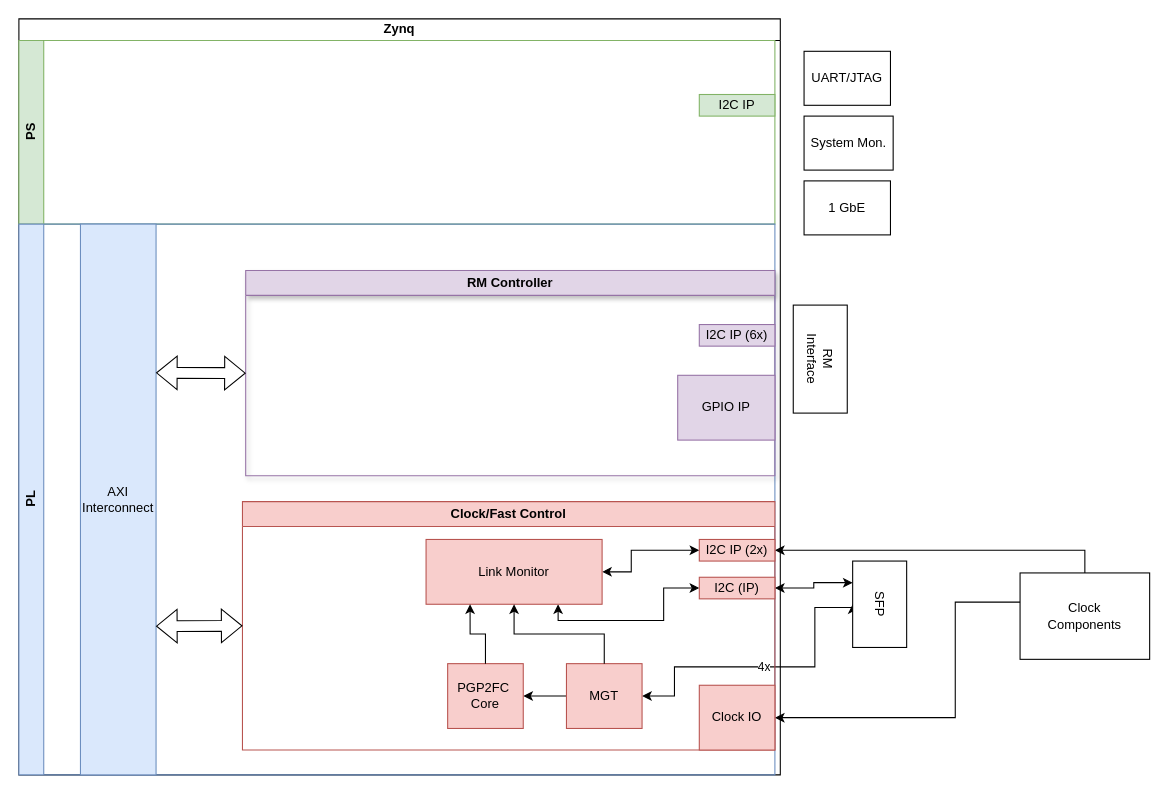
Before: zCCM_firmware.drawio in awhitbeck/drawio, a draw.io diagram. Source tidied: cells renumbered, new cells numbered last; positions are measured from the earlier drawing's top-left corner, leaving out a move shared by most shapes. Both pictures are drawn from the tidied source at 108%, with x=0, y=0 at pixel (18, 18).
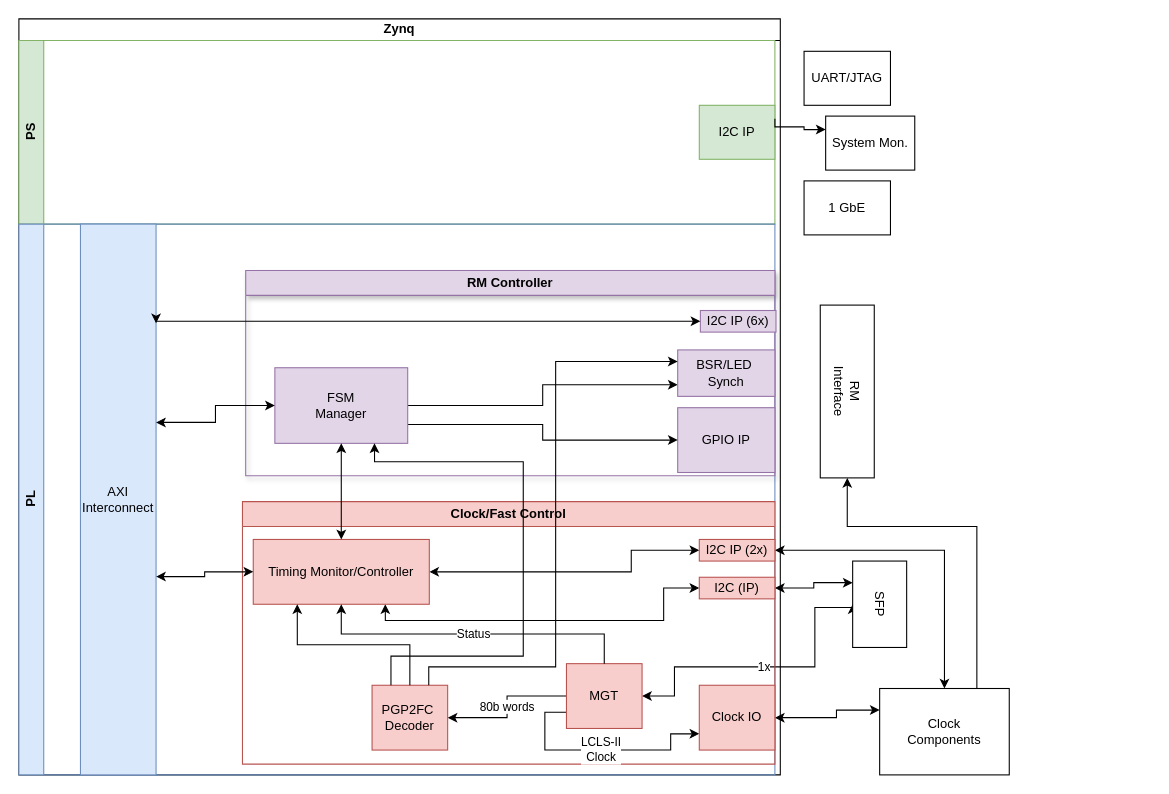
The same diagram, later.

The change refers to these unchanged cells:
```xml
<mxCell id="3" value="PS" style="swimlane;horizontal=0;whiteSpace=wrap;html=1;startSize=23;fillColor=#d5e8d4;strokeColor=#82b366;" parent="2" vertex="1">
  <mxGeometry y="20" width="700" height="170" as="geometry" />
</mxCell>
<mxCell id="5" value="PL" style="swimlane;horizontal=0;whiteSpace=wrap;html=1;startSize=23;fillColor=#dae8fc;strokeColor=#6c8ebf;" parent="2" vertex="1">
  <mxGeometry y="190" width="700" height="510" as="geometry" />
</mxCell>
<mxCell id="6" value="AXI&lt;br&gt;Interconnect" style="rounded=0;whiteSpace=wrap;html=1;points=[[0,0,0,0,0],[0,0.25,0,0,0],[0,0.5,0,0,0],[0,0.75,0,0,0],[0,1,0,0,0],[0.25,0,0,0,0],[0.25,1,0,0,0],[0.5,0,0,0,0],[0.5,1,0,0,0],[0.75,0,0,0,0],[0.75,1,0,0,0],[1,0,0,0,0],[1,0.09,0,0,0],[1,0.18,0,0,0],[1,0.27,0,0,0],[1,0.36,0,0,0],[1,0.45,0,0,0],[1,0.55,0,0,0],[1,0.64,0,0,0],[1,0.73,0,0,0],[1,0.82,0,0,0],[1,0.91,0,0,0],[1,1,0,0,0]];fillColor=#dae8fc;strokeColor=#6c8ebf;" parent="5" vertex="1">
  <mxGeometry x="57" width="70" height="510" as="geometry" />
</mxCell>
<mxCell id="7" value="RM Controller" style="swimlane;whiteSpace=wrap;html=1;shadow=1;fillColor=#e1d5e7;strokeColor=#9673a6;" parent="5" vertex="1">
  <mxGeometry x="210" y="43" width="490" height="190" as="geometry" />
</mxCell>
<mxCell id="14" value="SFP" style="rounded=0;whiteSpace=wrap;html=1;rotation=90;" parent="1" vertex="1">
  <mxGeometry x="757" y="517" width="80" height="50" as="geometry" />
</mxCell>
<mxCell id="26" value="MGT" style="rounded=0;whiteSpace=wrap;html=1;fillColor=#f8cecc;strokeColor=#b85450;" parent="21" vertex="1">
  <mxGeometry x="300" y="150" width="70" height="60" as="geometry" />
</mxCell>
<mxCell id="27" value="I2C (IP)" style="rounded=0;whiteSpace=wrap;html=1;fillColor=#f8cecc;strokeColor=#b85450;" parent="21" vertex="1">
  <mxGeometry x="423" y="70" width="70" height="20" as="geometry" />
</mxCell>
<mxCell id="29" value="Clock IO" style="rounded=0;whiteSpace=wrap;html=1;fillColor=#f8cecc;strokeColor=#b85450;" parent="21" vertex="1">
  <mxGeometry x="423" y="170" width="70" height="60" as="geometry" />
</mxCell>
<mxCell id="30" value="I2C IP (2x)" style="rounded=0;whiteSpace=wrap;html=1;fillColor=#f8cecc;strokeColor=#b85450;" parent="21" vertex="1">
  <mxGeometry x="423" y="35" width="70" height="20" as="geometry" />
</mxCell>
```

The edit, as a diff of the source:
```diff
@@
     <mxCell id="4" value="I2C IP" style="rounded=0;whiteSpace=wrap;html=1;fillColor=#d5e8d4;strokeColor=#82b366;" parent="3" vertex="1">
-      <mxGeometry x="630" y="50" width="70" height="20" as="geometry" />
+      <mxGeometry x="630" y="60" width="70" height="50" as="geometry" />
     </mxCell>
@@
     <mxCell id="8" value="I2C IP (6x)" style="rounded=0;whiteSpace=wrap;html=1;fillColor=#e1d5e7;strokeColor=#9673a6;" parent="7" vertex="1">
-      <mxGeometry x="420" y="50" width="70" height="20" as="geometry" />
+      <mxGeometry x="421" y="37" width="70" height="20" as="geometry" />
     </mxCell>
     <mxCell id="9" value="GPIO IP" style="rounded=0;whiteSpace=wrap;html=1;fillColor=#e1d5e7;strokeColor=#9673a6;" parent="7" vertex="1">
-      <mxGeometry x="400" y="97" width="90" height="60" as="geometry" />
+      <mxGeometry x="400" y="127" width="90" height="60" as="geometry" />
     </mxCell>
-    <mxCell id="10" style="shape=flexArrow;endArrow=classic;startArrow=classic;html=1;rounded=0;entryX=0;entryY=0.5;entryDx=0;entryDy=0;exitX=1;exitY=0.27;exitDx=0;exitDy=0;exitPerimeter=0;" parent="5" edge="1" source="6" target="7">
-      <mxGeometry relative="1" as="geometry" />
-    </mxCell>
+    <mxCell id="34" style="edgeStyle=orthogonalEdgeStyle;rounded=0;jettySize=auto;html=1;exitX=1;exitY=0.75;exitDx=0;exitDy=0;entryX=0;entryY=0.5;entryDx=0;entryDy=0;" parent="7" edge="1" source="36" target="9">
+      <mxGeometry relative="1" as="geometry" />
+    </mxCell>
+    <mxCell id="35" style="edgeStyle=orthogonalEdgeStyle;rounded=0;jettySize=auto;html=1;exitX=1;exitY=0.5;exitDx=0;exitDy=0;entryX=0;entryY=0.75;entryDx=0;entryDy=0;" parent="7" edge="1" source="36" target="37">
+      <mxGeometry relative="1" as="geometry" />
+    </mxCell>
+    <mxCell id="36" value="FSM&lt;br&gt;Manager" style="rounded=0;whiteSpace=wrap;html=1;fillColor=#e1d5e7;strokeColor=#9673a6;" parent="7" vertex="1">
+      <mxGeometry x="27" y="90" width="123" height="70" as="geometry" />
+    </mxCell>
+    <mxCell id="37" value="BSR/LED&amp;nbsp;&lt;br&gt;Synch" style="rounded=0;whiteSpace=wrap;html=1;fillColor=#e1d5e7;strokeColor=#9673a6;" parent="7" vertex="1">
+      <mxGeometry x="400" y="73.5" width="90" height="43" as="geometry" />
+    </mxCell>
+    <mxCell id="38" style="edgeStyle=orthogonalEdgeStyle;rounded=0;jettySize=auto;html=1;exitX=0;exitY=0.5;exitDx=0;exitDy=0;entryX=1;entryY=0.18;entryDx=0;entryDy=0;entryPerimeter=0;startArrow=classic;startFill=1;" parent="5" edge="1" source="8" target="6">
+      <mxGeometry relative="1" as="geometry">
+        <Array as="points">
+          <mxPoint x="631" y="90" />
+          <mxPoint x="127" y="90" />
+        </Array>
+      </mxGeometry>
+    </mxCell>
+    <mxCell id="39" style="edgeStyle=orthogonalEdgeStyle;rounded=0;jettySize=auto;html=1;exitX=0;exitY=0.5;exitDx=0;exitDy=0;entryX=1;entryY=0.36;entryDx=0;entryDy=0;entryPerimeter=0;startArrow=classic;startFill=1;" parent="5" edge="1" source="36" target="6">
+      <mxGeometry relative="1" as="geometry" />
+    </mxCell>
     <mxCell id="11" value="RM&lt;br&gt;Interface" style="rounded=0;whiteSpace=wrap;html=1;rotation=90;" parent="1" vertex="1">
-      <mxGeometry x="692" y="290" width="100" height="50" as="geometry" />
+      <mxGeometry x="687" y="320" width="160" height="50" as="geometry" />
     </mxCell>
-    <mxCell id="12" value="4x" style="edgeStyle=orthogonalEdgeStyle;rounded=0;jettySize=auto;html=1;exitX=0.5;exitY=1;exitDx=0;exitDy=0;entryX=1;entryY=0.5;entryDx=0;entryDy=0;startArrow=classic;startFill=1;" parent="1" edge="1" source="14" target="26">
+    <mxCell id="12" value="1x" style="edgeStyle=orthogonalEdgeStyle;rounded=0;jettySize=auto;html=1;exitX=0.5;exitY=1;exitDx=0;exitDy=0;entryX=1;entryY=0.5;entryDx=0;entryDy=0;startArrow=classic;startFill=1;" parent="1" edge="1" source="14" target="26">
       <mxGeometry relative="1" as="geometry">
         <Array as="points">
           <mxPoint x="772" y="545" />
           <mxPoint x="737" y="545" />
           <mxPoint x="737" y="600" />
           <mxPoint x="607" y="600" />
           <mxPoint x="607" y="627" />
         </Array>
       </mxGeometry>
     </mxCell>
@@
     <mxCell id="15" value="System Mon." style="rounded=0;whiteSpace=wrap;html=1;rotation=0;" parent="1" vertex="1">
-      <mxGeometry x="727" y="90" width="82.5" height="50" as="geometry" />
+      <mxGeometry x="747" y="90" width="82.5" height="50" as="geometry" />
     </mxCell>
-    <mxCell id="16" style="edgeStyle=orthogonalEdgeStyle;rounded=0;jettySize=auto;html=1;exitX=0.5;exitY=0;exitDx=0;exitDy=0;entryX=1;entryY=0.5;entryDx=0;entryDy=0;" parent="1" edge="1" source="18" target="30">
+    <mxCell id="16" style="edgeStyle=orthogonalEdgeStyle;rounded=0;jettySize=auto;html=1;exitX=0.5;exitY=0;exitDx=0;exitDy=0;entryX=1;entryY=0.5;entryDx=0;entryDy=0;startArrow=classic;startFill=1;" parent="1" edge="1" source="18" target="30">
       <mxGeometry relative="1" as="geometry">
         <Array as="points">
-          <mxPoint x="987" y="492" />
+          <mxPoint x="857" y="492" />
         </Array>
       </mxGeometry>
     </mxCell>
-    <mxCell id="17" style="edgeStyle=orthogonalEdgeStyle;rounded=0;jettySize=auto;html=1;exitX=0.25;exitY=0;exitDx=0;exitDy=0;entryX=1;entryY=0.5;entryDx=0;entryDy=0;" parent="1" edge="1" source="18" target="29">
+    <mxCell id="17" style="edgeStyle=orthogonalEdgeStyle;rounded=0;jettySize=auto;html=1;exitX=0;exitY=0.25;exitDx=0;exitDy=0;entryX=1;entryY=0.5;entryDx=0;entryDy=0;startArrow=classic;startFill=1;" parent="1" edge="1" source="18" target="29">
       <mxGeometry relative="1" as="geometry">
         <Array as="points">
-          <mxPoint x="957" y="540" />
-          <mxPoint x="867" y="540" />
-          <mxPoint x="867" y="647" />
+          <mxPoint x="757" y="640" />
+          <mxPoint x="757" y="647" />
         </Array>
       </mxGeometry>
     </mxCell>
+    <mxCell id="40" style="edgeStyle=orthogonalEdgeStyle;rounded=0;jettySize=auto;html=1;exitX=0.75;exitY=0;exitDx=0;exitDy=0;entryX=1;entryY=0.5;entryDx=0;entryDy=0;" parent="1" edge="1" source="18" target="11">
+      <mxGeometry relative="1" as="geometry">
+        <Array as="points">
+          <mxPoint x="887" y="470" />
+          <mxPoint x="767" y="470" />
+        </Array>
+      </mxGeometry>
+    </mxCell>
     <mxCell id="18" value="Clock&lt;br&gt;Components" style="rounded=0;whiteSpace=wrap;html=1;rotation=0;" parent="1" vertex="1">
-      <mxGeometry x="927" y="513" width="120" height="80" as="geometry" />
+      <mxGeometry x="797" y="620" width="120" height="80" as="geometry" />
     </mxCell>
@@
     <mxCell id="21" value="Clock/Fast Control" style="swimlane;whiteSpace=wrap;html=1;fillColor=#f8cecc;strokeColor=#b85450;" parent="1" vertex="1">
-      <mxGeometry x="207" y="447" width="493" height="230" as="geometry" />
+      <mxGeometry x="207" y="447" width="493" height="243" as="geometry" />
     </mxCell>
     <mxCell id="22" style="edgeStyle=orthogonalEdgeStyle;rounded=0;jettySize=auto;html=1;exitX=0.75;exitY=1;exitDx=0;exitDy=0;entryX=0;entryY=0.5;entryDx=0;entryDy=0;startArrow=classic;startFill=1;" parent="21" edge="1" source="24" target="27">
       <mxGeometry relative="1" as="geometry">
         <Array as="points">
-          <mxPoint x="292" y="110" />
+          <mxPoint x="132" y="110" />
           <mxPoint x="390" y="110" />
           <mxPoint x="390" y="80" />
         </Array>
       </mxGeometry>
     </mxCell>
@@
-    <mxCell id="24" value="Link Monitor" style="rounded=0;whiteSpace=wrap;html=1;fillColor=#f8cecc;strokeColor=#b85450;" parent="21" vertex="1">
-      <mxGeometry x="170" y="35" width="163" height="60" as="geometry" />
+    <mxCell id="24" value="Timing Monitor/Controller" style="rounded=0;whiteSpace=wrap;html=1;fillColor=#f8cecc;strokeColor=#b85450;" parent="21" vertex="1">
+      <mxGeometry x="10" y="35" width="163" height="60" as="geometry" />
     </mxCell>
-    <mxCell id="25" style="edgeStyle=orthogonalEdgeStyle;rounded=0;jettySize=auto;html=1;exitX=0;exitY=0.5;exitDx=0;exitDy=0;entryX=1;entryY=0.5;entryDx=0;entryDy=0;" parent="21" edge="1" source="26" target="28">
+    <mxCell id="25" value="80b words" style="edgeStyle=orthogonalEdgeStyle;rounded=0;jettySize=auto;html=1;exitX=0;exitY=0.5;exitDx=0;exitDy=0;entryX=1;entryY=0.5;entryDx=0;entryDy=0;" parent="21" edge="1" source="26" target="28">
       <mxGeometry relative="1" as="geometry" />
     </mxCell>
+    <mxCell id="41" value="LCLS-II&lt;br&gt;Clock" style="edgeStyle=orthogonalEdgeStyle;rounded=0;jettySize=auto;html=1;exitX=0;exitY=0.75;exitDx=0;exitDy=0;entryX=0;entryY=0.75;entryDx=0;entryDy=0;" parent="21" edge="1" source="26" target="29">
+      <mxGeometry relative="1" as="geometry" />
+    </mxCell>
@@
-    <mxCell id="28" value="PGP2FC&amp;nbsp;&lt;br&gt;Core" style="rounded=0;whiteSpace=wrap;html=1;fillColor=#f8cecc;strokeColor=#b85450;" parent="21" vertex="1">
-      <mxGeometry x="190" y="150" width="70" height="60" as="geometry" />
+    <mxCell id="28" value="PGP2FC&amp;nbsp;&lt;br&gt;Decoder" style="rounded=0;whiteSpace=wrap;html=1;fillColor=#f8cecc;strokeColor=#b85450;" parent="21" vertex="1">
+      <mxGeometry x="120" y="170" width="70" height="60" as="geometry" />
     </mxCell>
@@
-    <mxCell id="31" style="edgeStyle=orthogonalEdgeStyle;rounded=0;jettySize=auto;html=1;exitX=0.5;exitY=0;exitDx=0;exitDy=0;entryX=0.5;entryY=1;entryDx=0;entryDy=0;" parent="21" edge="1" source="26" target="24">
+    <mxCell id="31" value="Status" style="edgeStyle=orthogonalEdgeStyle;rounded=0;jettySize=auto;html=1;exitX=0.5;exitY=0;exitDx=0;exitDy=0;entryX=0.5;entryY=1;entryDx=0;entryDy=0;" parent="21" edge="1" source="26" target="24">
       <mxGeometry relative="1" as="geometry" />
     </mxCell>
@@
-    <mxCell id="33" style="shape=flexArrow;endArrow=classic;startArrow=classic;html=1;rounded=0;entryX=0;entryY=0.5;entryDx=0;entryDy=0;exitX=1;exitY=0.73;exitDx=0;exitDy=0;exitPerimeter=0;" parent="1" edge="1" source="6" target="21">
-      <mxGeometry relative="1" as="geometry" />
-    </mxCell>
+    <mxCell id="42" style="edgeStyle=orthogonalEdgeStyle;rounded=0;jettySize=auto;html=1;exitX=1;exitY=0.25;exitDx=0;exitDy=0;entryX=0;entryY=0.25;entryDx=0;entryDy=0;" parent="1" edge="1" source="4" target="15">
+      <mxGeometry relative="1" as="geometry">
+        <Array as="points">
+          <mxPoint x="700" y="100" />
+          <mxPoint x="727" y="100" />
+        </Array>
+      </mxGeometry>
+    </mxCell>
+    <mxCell id="43" style="edgeStyle=orthogonalEdgeStyle;rounded=0;jettySize=auto;html=1;exitX=0.75;exitY=0;exitDx=0;exitDy=0;entryX=0;entryY=0.25;entryDx=0;entryDy=0;" parent="1" edge="1" source="28" target="37">
+      <mxGeometry relative="1" as="geometry">
+        <Array as="points">
+          <mxPoint x="380" y="600" />
+          <mxPoint x="497" y="600" />
+          <mxPoint x="497" y="317" />
+        </Array>
+      </mxGeometry>
+    </mxCell>
+    <mxCell id="44" style="edgeStyle=orthogonalEdgeStyle;rounded=0;jettySize=auto;html=1;exitX=0.5;exitY=0;exitDx=0;exitDy=0;entryX=0.5;entryY=1;entryDx=0;entryDy=0;startArrow=classic;startFill=1;" parent="1" edge="1" source="24" target="36">
+      <mxGeometry relative="1" as="geometry" />
+    </mxCell>
+    <mxCell id="45" style="edgeStyle=orthogonalEdgeStyle;rounded=0;jettySize=auto;html=1;exitX=0;exitY=0.5;exitDx=0;exitDy=0;entryX=1;entryY=0.64;entryDx=0;entryDy=0;entryPerimeter=0;startArrow=classic;startFill=1;" parent="1" edge="1" source="24" target="6">
+      <mxGeometry relative="1" as="geometry" />
+    </mxCell>
+    <mxCell id="46" style="edgeStyle=orthogonalEdgeStyle;rounded=0;jettySize=auto;html=1;exitX=0.25;exitY=0;exitDx=0;exitDy=0;entryX=0.75;entryY=1;entryDx=0;entryDy=0;" parent="1" edge="1" source="28" target="36">
+      <mxGeometry relative="1" as="geometry">
+        <Array as="points">
+          <mxPoint x="345" y="590" />
+          <mxPoint x="467" y="590" />
+          <mxPoint x="467" y="410" />
+          <mxPoint x="329" y="410" />
+        </Array>
+      </mxGeometry>
+    </mxCell>
```
